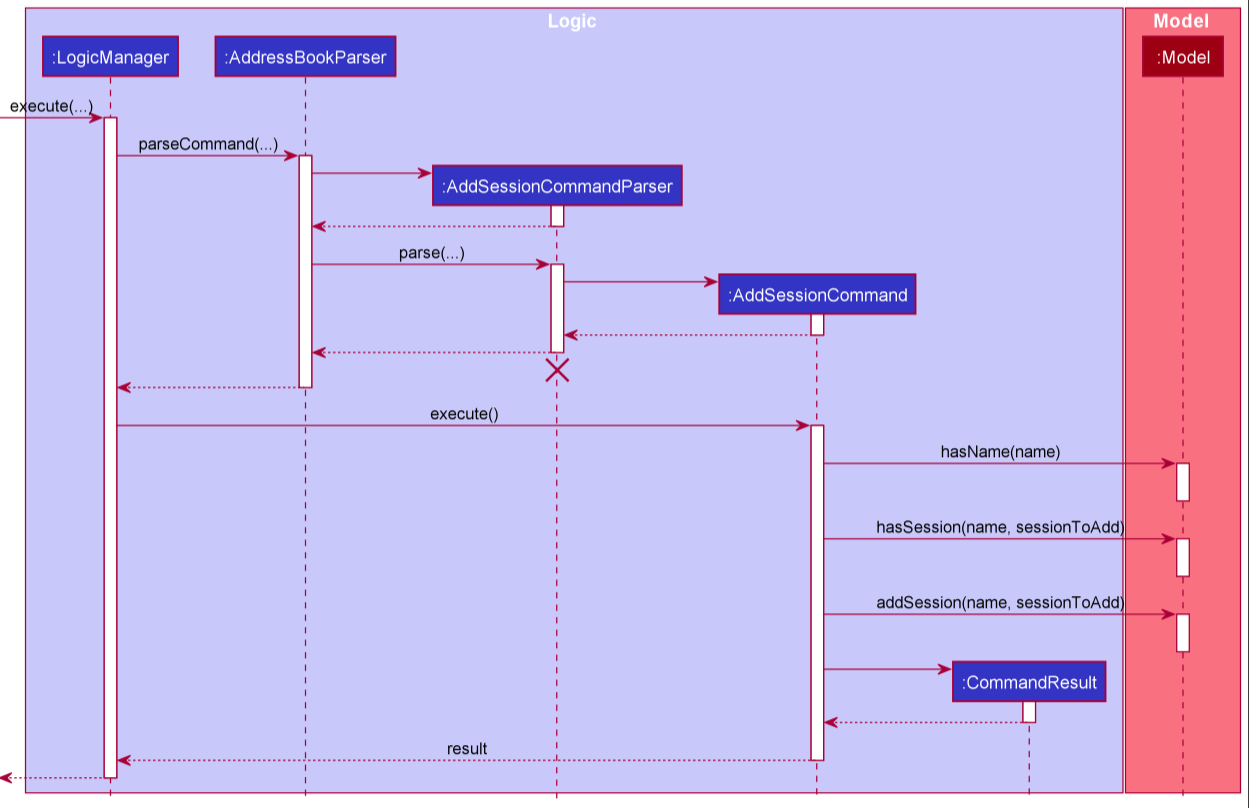
Earlier version of the PlantUML export docs/images/junwei/AddSessionSequenceDiagram.png (nus-cs2103-AY2021S2/tp). Its source is kept beside it as docs/diagrams/junwei/AddSessionSequenceDiagram.puml.
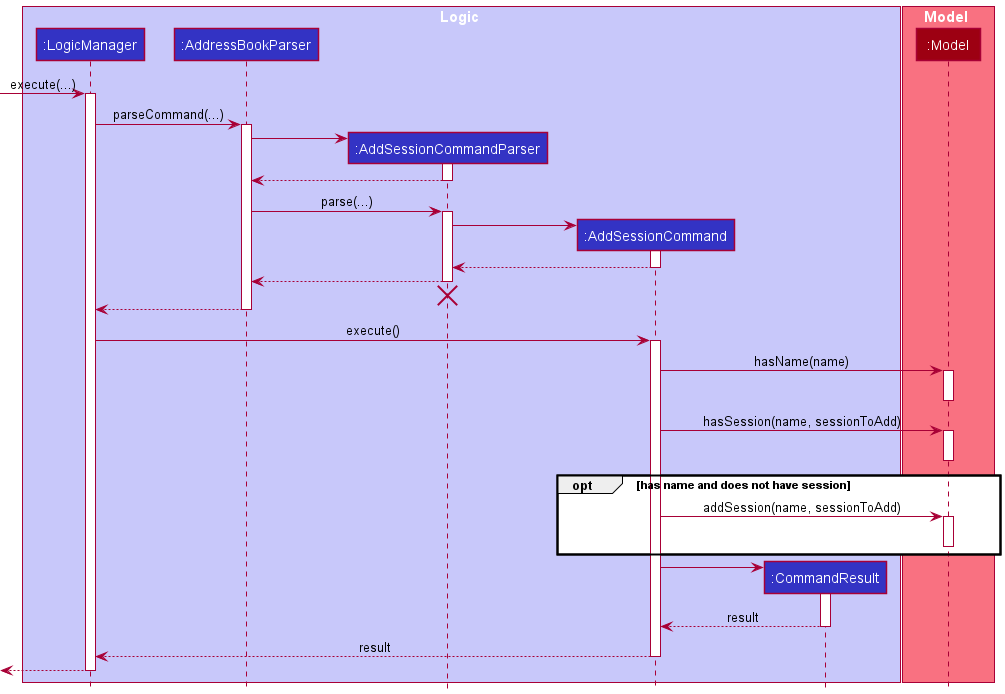
The same file after the commit.

Change to the diagram source:
```diff
@@ -1,5 +1,5 @@
 @startuml
-!include style.puml
+!include ../style.puml
 
 box Logic LOGIC_COLOR_T1
 participant ":LogicManager" as LogicManager LOGIC_COLOR
@@ -56,15 +56,17 @@
 activate Model
 deactivate Model
 
+opt has name and does not have session
 AddSessionCommand -> Model : addSession(name, sessionToAdd)
 activate Model
 deactivate Model
+end opt
 
 create CommandResult
 AddSessionCommand -> CommandResult
 activate CommandResult
 
-CommandResult --> AddSessionCommand
+CommandResult --> AddSessionCommand : result
 deactivate CommandResult
 
 AddSessionCommand --> LogicManager : result
```
